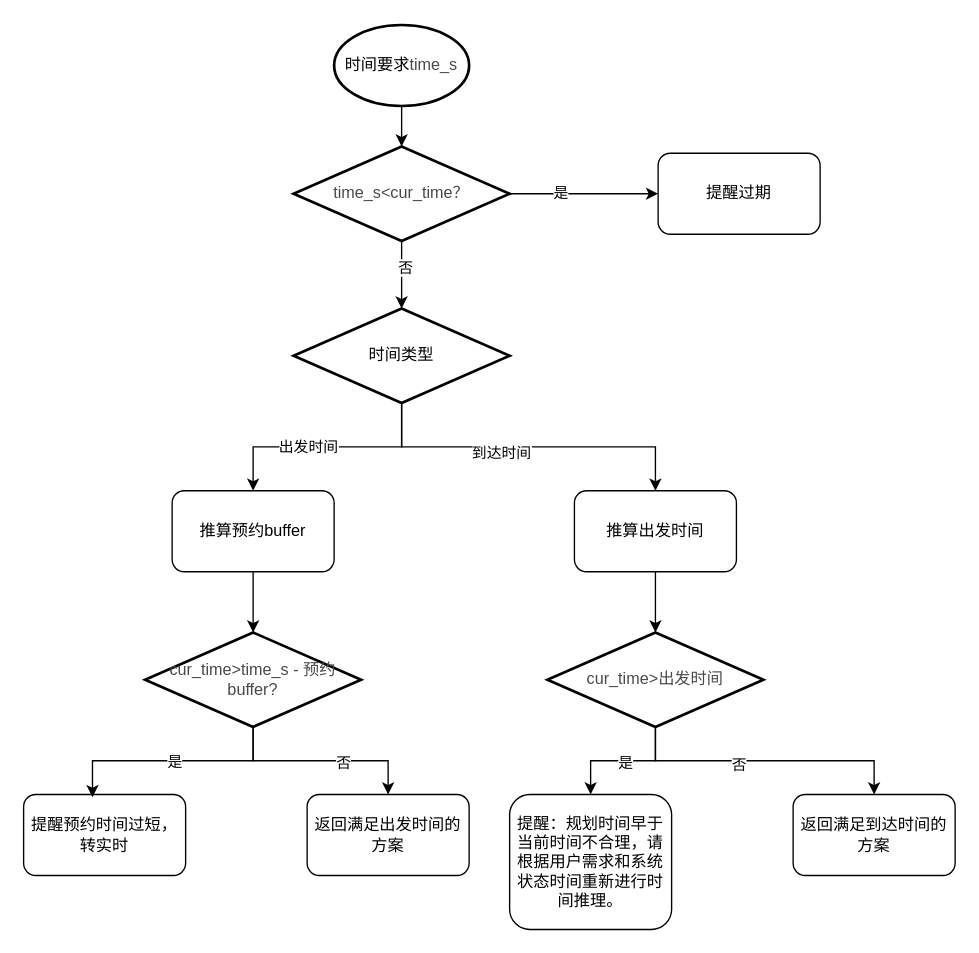
Before: plan.drawio in nighood/Diagrams, a draw.io diagram. Source tidied: cells renumbered, new cells numbered last; positions are measured from the earlier drawing's top-left corner, leaving out a move shared by most shapes. Both pictures are drawn from the tidied source at 135%, with x=0, y=0 at pixel (23, 24).
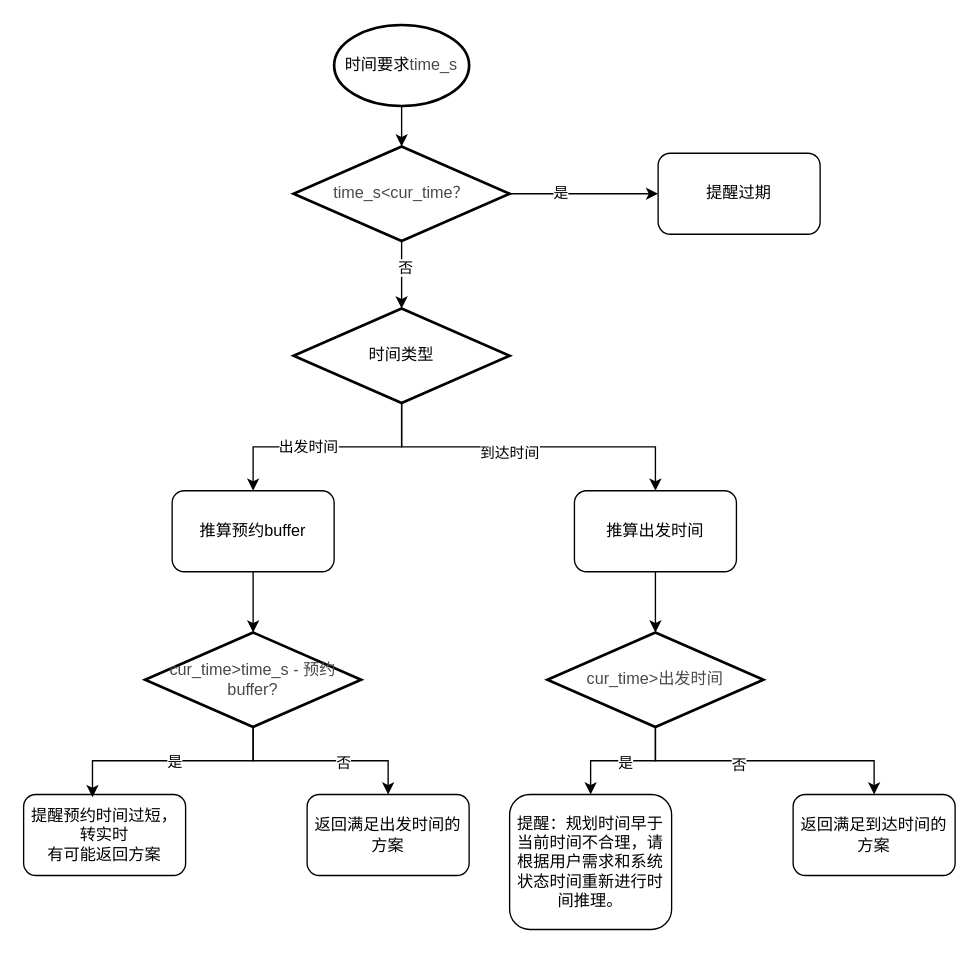
The same page after the edit.

The change refers to these unchanged cells:
```xml
<mxCell id="5" style="edgeStyle=orthogonalEdgeStyle;rounded=0;jettySize=auto;html=1;exitX=0.5;exitY=1;exitDx=0;exitDy=0;exitPerimeter=0;entryX=0.5;entryY=0;entryDx=0;entryDy=0;" parent="1" edge="1" source="7" target="25">
  <mxGeometry relative="1" as="geometry" />
</mxCell>
```

Change to the diagram source:
```diff
@@
     <mxCell id="6" value="到达时间" style="edgeLabel;html=1;align=center;verticalAlign=middle;" parent="5" vertex="1">
       <mxGeometry x="-0.17" y="-3" relative="1" as="geometry">
-        <mxPoint x="1" y="1" as="offset" />
+        <mxPoint x="7" y="1" as="offset" />
       </mxGeometry>
     </mxCell>
@@
-    <mxCell id="20" value="提醒预约时间过短，转实时" style="rounded=1;whiteSpace=wrap;html=1;fontFamily=Helvetica;fontSize=12;" parent="1" vertex="1">
+    <mxCell id="20" value="提醒预约时间过短，转实时&lt;br&gt;有可能返回方案" style="rounded=1;whiteSpace=wrap;html=1;fontFamily=Helvetica;fontSize=12;" parent="1" vertex="1">
       <mxGeometry y="570" width="120" height="60" as="geometry" />
     </mxCell>
```
